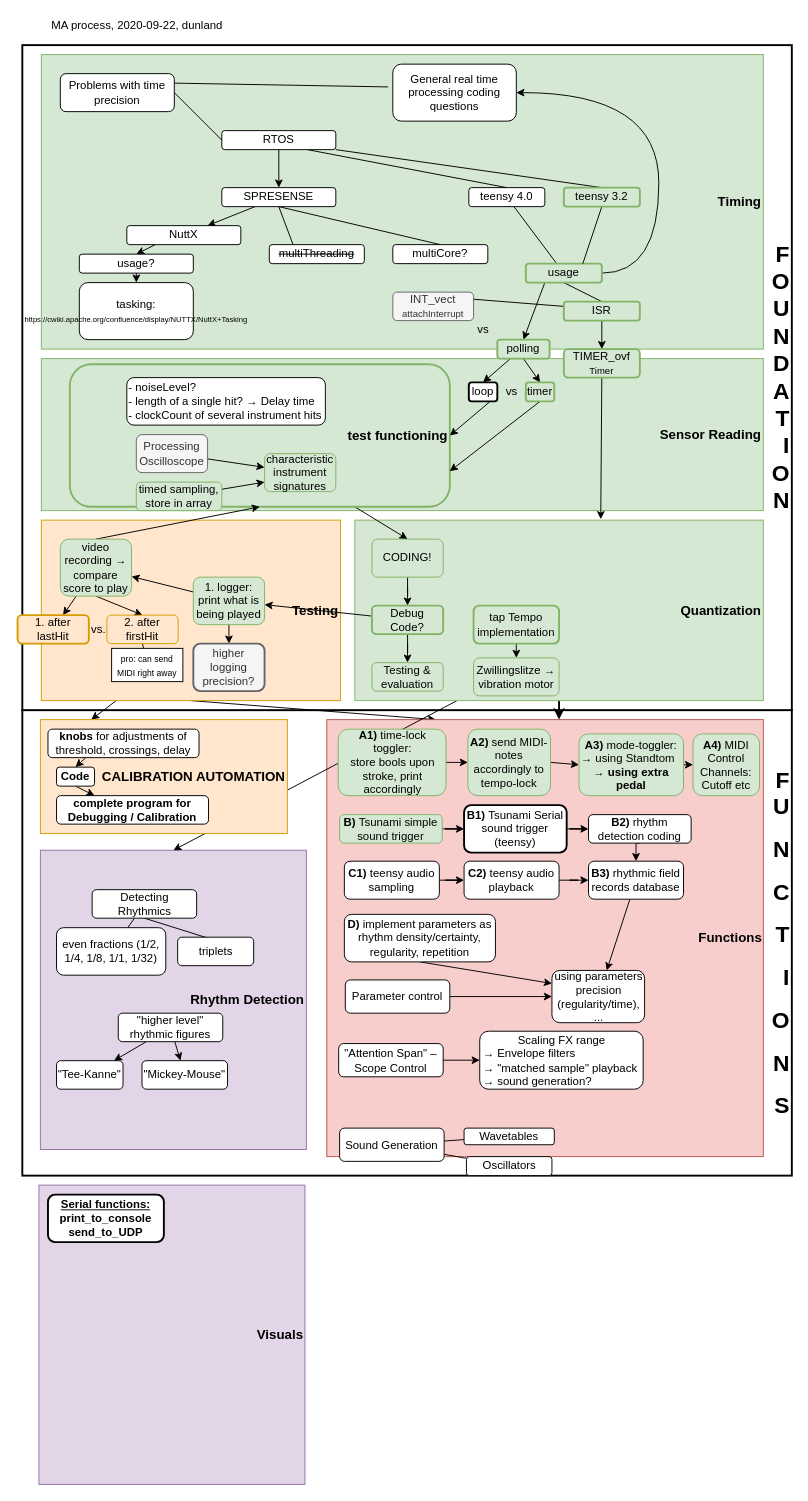
Earlier version of the draw.io diagram page "current" (1 of 5) of Doc/MA_progress.drawio (dunland/muscle). Source tidied: cells renumbered, new cells numbered last; positions are measured from the earlier drawing's top-left corner, leaving out a move shared by most shapes. Both pictures are drawn from the tidied source at 95%, with x=0, y=0 at pixel (17, 16).
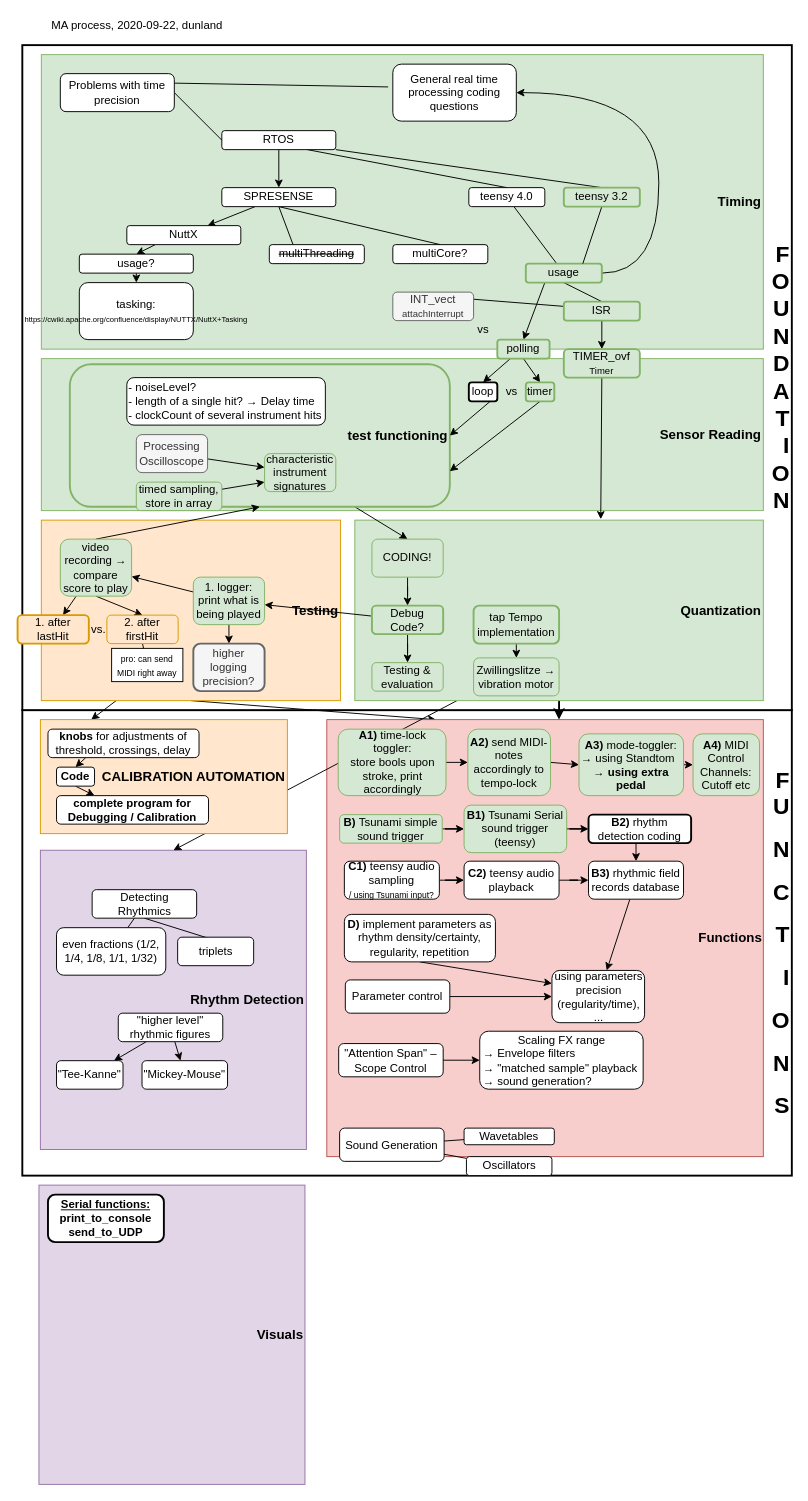
Above is the later version.

What changed in the source:
```diff
@@
-    <mxCell id="124" value="&lt;b&gt;C1)&lt;/b&gt;&amp;nbsp;teensy audio sampling" style="rounded=1;whiteSpace=wrap;html=1;strokeWidth=1;" parent="1" vertex="1">
+    <mxCell id="124" value="&lt;b&gt;C1)&lt;/b&gt;&amp;nbsp;teensy audio sampling&lt;br&gt;&lt;font style=&quot;font-size: 9px&quot;&gt;/ using Tsunami input?&lt;/font&gt;" style="rounded=1;whiteSpace=wrap;html=1;strokeWidth=1;" parent="1" vertex="1">
       <mxGeometry x="344" y="889" width="100" height="40" as="geometry" />
     </mxCell>
@@
-    <mxCell id="135" value="&lt;b&gt;B1)&lt;/b&gt;&amp;nbsp;Tsunami Serial sound trigger&lt;br&gt;(teensy)" style="rounded=1;whiteSpace=wrap;html=1;strokeWidth=2;" parent="1" vertex="1">
+    <mxCell id="135" value="&lt;b&gt;B1)&lt;/b&gt;&amp;nbsp;Tsunami Serial sound trigger&lt;br&gt;(teensy)" style="rounded=1;whiteSpace=wrap;html=1;strokeWidth=1;fillColor=#d5e8d4;strokeColor=#82b366;" parent="1" vertex="1">
       <mxGeometry x="470" y="830" width="108" height="50" as="geometry" />
     </mxCell>
@@
-    <mxCell id="137" value="&lt;b&gt;B2)&lt;/b&gt;&amp;nbsp;rhythm detection coding" style="rounded=1;whiteSpace=wrap;html=1;" parent="1" vertex="1">
+    <mxCell id="137" value="&lt;b&gt;B2)&lt;/b&gt;&amp;nbsp;rhythm detection coding" style="rounded=1;whiteSpace=wrap;html=1;strokeWidth=2;" parent="1" vertex="1">
       <mxGeometry x="601" y="840" width="108" height="30" as="geometry" />
     </mxCell>
```
